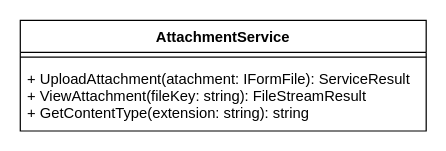
The draw.io diagram PTTK/Kiến trúc/Lớp AttachmentService.drawio in thanhnt1710/Hust.20212.DATN, before the edit. Source tidied: cells renumbered, new cells numbered last; positions are measured from the earlier drawing's top-left corner, leaving out a move shared by most shapes. Both pictures are drawn from the tidied source at 123%, with x=0, y=0 at pixel (20, 20).
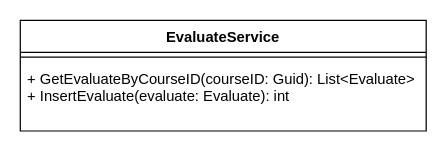
Above is the later version.

What changed in the source:
```diff
@@
 <mxGraphModel>
   <root>
     <mxCell id="0" />
     <mxCell id="1" parent="0" />
-    <mxCell id="2" value="AttachmentService" style="swimlane;fontStyle=1;align=center;verticalAlign=top;horizontal=1;startSize=26;" parent="1" vertex="1">
+    <mxCell id="2" value="EvaluateService" style="swimlane;fontStyle=1;align=center;verticalAlign=top;horizontal=1;startSize=26;" parent="1" vertex="1">
       <mxGeometry width="330" height="90" as="geometry" />
     </mxCell>
     <mxCell id="3" style="line;strokeWidth=1;fillColor=none;align=left;verticalAlign=middle;spacingTop=-1;spacingLeft=3;spacingRight=3;labelPosition=right;strokeColor=inherit;" parent="2" vertex="1">
       <mxGeometry y="26" width="330" height="8" as="geometry" />
     </mxCell>
-    <mxCell id="4" value="+ UploadAttachment(atachment: IFormFile): ServiceResult&#10;+ ViewAttachment(fileKey: string): FileStreamResult&#10;+ GetContentType(extension: string): string" style="text;strokeColor=none;fillColor=none;align=left;verticalAlign=top;spacingLeft=4;spacingRight=4;overflow=hidden;" parent="2" vertex="1">
+    <mxCell id="4" value="+ GetEvaluateByCourseID(courseID: Guid): List&lt;Evaluate&gt;&#10;+ InsertEvaluate(evaluate: Evaluate): int" style="text;strokeColor=none;fillColor=none;align=left;verticalAlign=top;spacingLeft=4;spacingRight=4;overflow=hidden;" parent="2" vertex="1">
       <mxGeometry y="34" width="330" height="56" as="geometry" />
     </mxCell>
   </root>
 </mxGraphModel>
```
